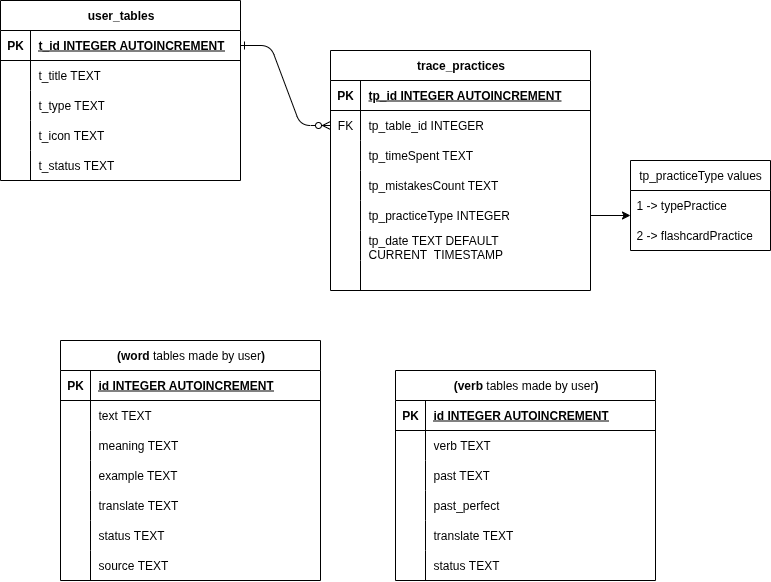
msalehicode/typeDrill keeps this draw.io diagram as docs/database.png. Above is the earlier version. Source tidied: cells renumbered, new cells last; positions are measured from the earlier drawing's top-left corner, leaving out a move shared by most shapes.
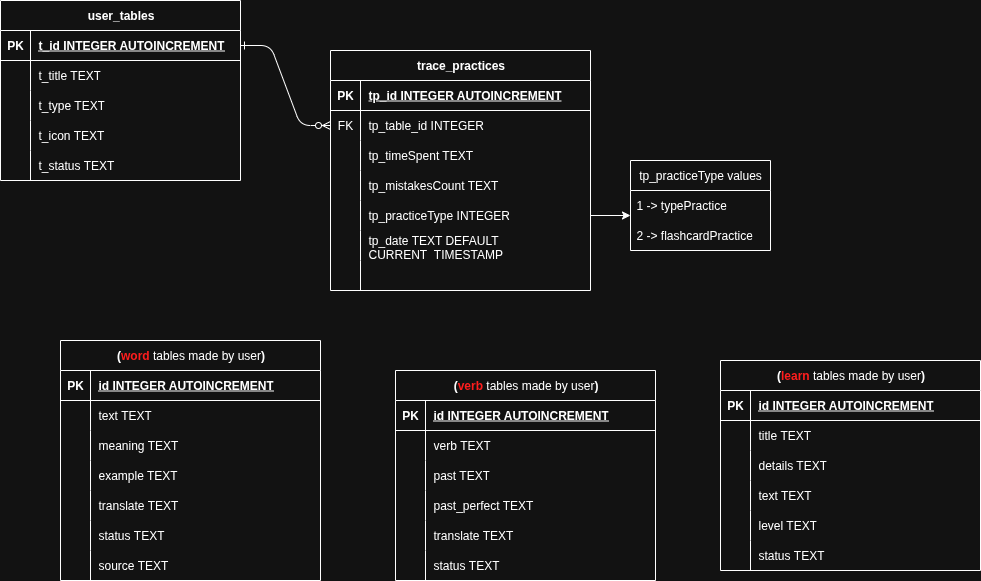
After the change.

Commit message:
database doc updated for learn table

What changed in the source:
```diff
@@ -225,7 +225,7 @@
     <mxCell id="74" style="shape=partialRectangle;fillColor=none;top=0;left=0;bottom=0;right=0;overflow=hidden;whiteSpace=wrap;html=1;" parent="73" vertex="1">
       <mxGeometry width="30" height="30" as="geometry" />
     </mxCell>
-    <mxCell id="75" value="past_perfect" style="shape=partialRectangle;fillColor=none;top=0;left=0;bottom=0;right=0;align=left;spacingLeft=6;overflow=hidden;whiteSpace=wrap;html=1;" parent="73" vertex="1">
+    <mxCell id="75" value="past_perfect TEXT" style="shape=partialRectangle;fillColor=none;top=0;left=0;bottom=0;right=0;align=left;spacingLeft=6;overflow=hidden;whiteSpace=wrap;html=1;" parent="73" vertex="1">
       <mxGeometry x="30" width="230" height="30" as="geometry" />
     </mxCell>
     <mxCell id="76" style="shape=tableRow;horizontal=0;startSize=0;swimlaneHead=0;swimlaneBody=0;fillColor=none;top=0;left=0;right=0;bottom=0;" parent="63" vertex="1">
@@ -263,5 +263,62 @@
         </Array>
       </mxGeometry>
     </mxCell>
+    <mxCell id="86" value="(&lt;font style=&quot;color: light-dark(rgb(0, 0, 0), rgb(255, 29, 29));&quot;&gt;learn&lt;/font&gt; &lt;span style=&quot;font-weight: normal;&quot;&gt;tables made by user&lt;/span&gt;)" style="shape=table;startSize=30;rowLines=0;fontStyle=1;align=center;html=1;" parent="1" vertex="1">
+      <mxGeometry x="720" y="400" width="260" height="210" as="geometry" />
+    </mxCell>
+    <mxCell id="87" style="shape=tableRow;horizontal=0;startSize=0;swimlaneHead=0;swimlaneBody=0;fillColor=none;top=0;left=0;right=0;bottom=1;" parent="86" vertex="1">
+      <mxGeometry y="30" width="260" height="30" as="geometry" />
+    </mxCell>
+    <mxCell id="88" value="PK" style="shape=partialRectangle;fillColor=none;top=0;left=0;bottom=0;right=0;fontStyle=1;overflow=hidden;whiteSpace=wrap;html=1;" parent="87" vertex="1">
+      <mxGeometry width="30" height="30" as="geometry" />
+    </mxCell>
+    <mxCell id="89" value="&lt;span style=&quot;text-wrap-mode: nowrap;&quot;&gt;id INTEGER AUTOINCREMENT&lt;/span&gt;" style="shape=partialRectangle;fillColor=none;top=0;left=0;bottom=0;right=0;align=left;spacingLeft=6;fontStyle=5;overflow=hidden;whiteSpace=wrap;html=1;" parent="87" vertex="1">
+      <mxGeometry x="30" width="230" height="30" as="geometry" />
+    </mxCell>
+    <mxCell id="90" style="shape=tableRow;horizontal=0;startSize=0;swimlaneHead=0;swimlaneBody=0;fillColor=none;top=0;left=0;right=0;bottom=0;" parent="86" vertex="1">
+      <mxGeometry y="60" width="260" height="30" as="geometry" />
+    </mxCell>
+    <mxCell id="91" style="shape=partialRectangle;fillColor=none;top=0;left=0;bottom=0;right=0;overflow=hidden;whiteSpace=wrap;html=1;" parent="90" vertex="1">
+      <mxGeometry width="30" height="30" as="geometry" />
+    </mxCell>
+    <mxCell id="92" value="&lt;span style=&quot;text-wrap-mode: nowrap;&quot;&gt;title&amp;nbsp;&lt;/span&gt;TEXT" style="shape=partialRectangle;fillColor=none;top=0;left=0;bottom=0;right=0;align=left;spacingLeft=6;overflow=hidden;whiteSpace=wrap;html=1;" parent="90" vertex="1">
+      <mxGeometry x="30" width="230" height="30" as="geometry" />
+    </mxCell>
+    <mxCell id="93" style="shape=tableRow;horizontal=0;startSize=0;swimlaneHead=0;swimlaneBody=0;fillColor=none;top=0;left=0;right=0;bottom=0;" parent="86" vertex="1">
+      <mxGeometry y="90" width="260" height="30" as="geometry" />
+    </mxCell>
+    <mxCell id="94" style="shape=partialRectangle;fillColor=none;top=0;left=0;bottom=0;right=0;overflow=hidden;whiteSpace=wrap;html=1;" parent="93" vertex="1">
+      <mxGeometry width="30" height="30" as="geometry" />
+    </mxCell>
+    <mxCell id="95" value="details TEXT" style="shape=partialRectangle;fillColor=none;top=0;left=0;bottom=0;right=0;align=left;spacingLeft=6;overflow=hidden;whiteSpace=wrap;html=1;" parent="93" vertex="1">
+      <mxGeometry x="30" width="230" height="30" as="geometry" />
+    </mxCell>
+    <mxCell id="96" style="shape=tableRow;horizontal=0;startSize=0;swimlaneHead=0;swimlaneBody=0;fillColor=none;top=0;left=0;right=0;bottom=0;" parent="86" vertex="1">
+      <mxGeometry y="120" width="260" height="30" as="geometry" />
+    </mxCell>
+    <mxCell id="97" style="shape=partialRectangle;fillColor=none;top=0;left=0;bottom=0;right=0;overflow=hidden;whiteSpace=wrap;html=1;" parent="96" vertex="1">
+      <mxGeometry width="30" height="30" as="geometry" />
+    </mxCell>
+    <mxCell id="98" value="text TEXT" style="shape=partialRectangle;fillColor=none;top=0;left=0;bottom=0;right=0;align=left;spacingLeft=6;overflow=hidden;whiteSpace=wrap;html=1;" parent="96" vertex="1">
+      <mxGeometry x="30" width="230" height="30" as="geometry" />
+    </mxCell>
+    <mxCell id="99" style="shape=tableRow;horizontal=0;startSize=0;swimlaneHead=0;swimlaneBody=0;fillColor=none;top=0;left=0;right=0;bottom=0;" parent="86" vertex="1">
+      <mxGeometry y="150" width="260" height="30" as="geometry" />
+    </mxCell>
+    <mxCell id="100" style="shape=partialRectangle;fillColor=none;top=0;left=0;bottom=0;right=0;overflow=hidden;whiteSpace=wrap;html=1;" parent="99" vertex="1">
+      <mxGeometry width="30" height="30" as="geometry" />
+    </mxCell>
+    <mxCell id="101" value="level TEXT" style="shape=partialRectangle;fillColor=none;top=0;left=0;bottom=0;right=0;align=left;spacingLeft=6;overflow=hidden;whiteSpace=wrap;html=1;" parent="99" vertex="1">
+      <mxGeometry x="30" width="230" height="30" as="geometry" />
+    </mxCell>
+    <mxCell id="102" style="shape=tableRow;horizontal=0;startSize=0;swimlaneHead=0;swimlaneBody=0;fillColor=none;top=0;left=0;right=0;bottom=0;" parent="86" vertex="1">
+      <mxGeometry y="180" width="260" height="30" as="geometry" />
+    </mxCell>
+    <mxCell id="103" style="shape=partialRectangle;fillColor=none;top=0;left=0;bottom=0;right=0;overflow=hidden;whiteSpace=wrap;html=1;" parent="102" vertex="1">
+      <mxGeometry width="30" height="30" as="geometry" />
+    </mxCell>
+    <mxCell id="104" value="status&amp;nbsp;TEXT" style="shape=partialRectangle;fillColor=none;top=0;left=0;bottom=0;right=0;align=left;spacingLeft=6;overflow=hidden;whiteSpace=wrap;html=1;" parent="102" vertex="1">
+      <mxGeometry x="30" width="230" height="30" as="geometry" />
+    </mxCell>
   </root>
 </mxGraphModel>
```
